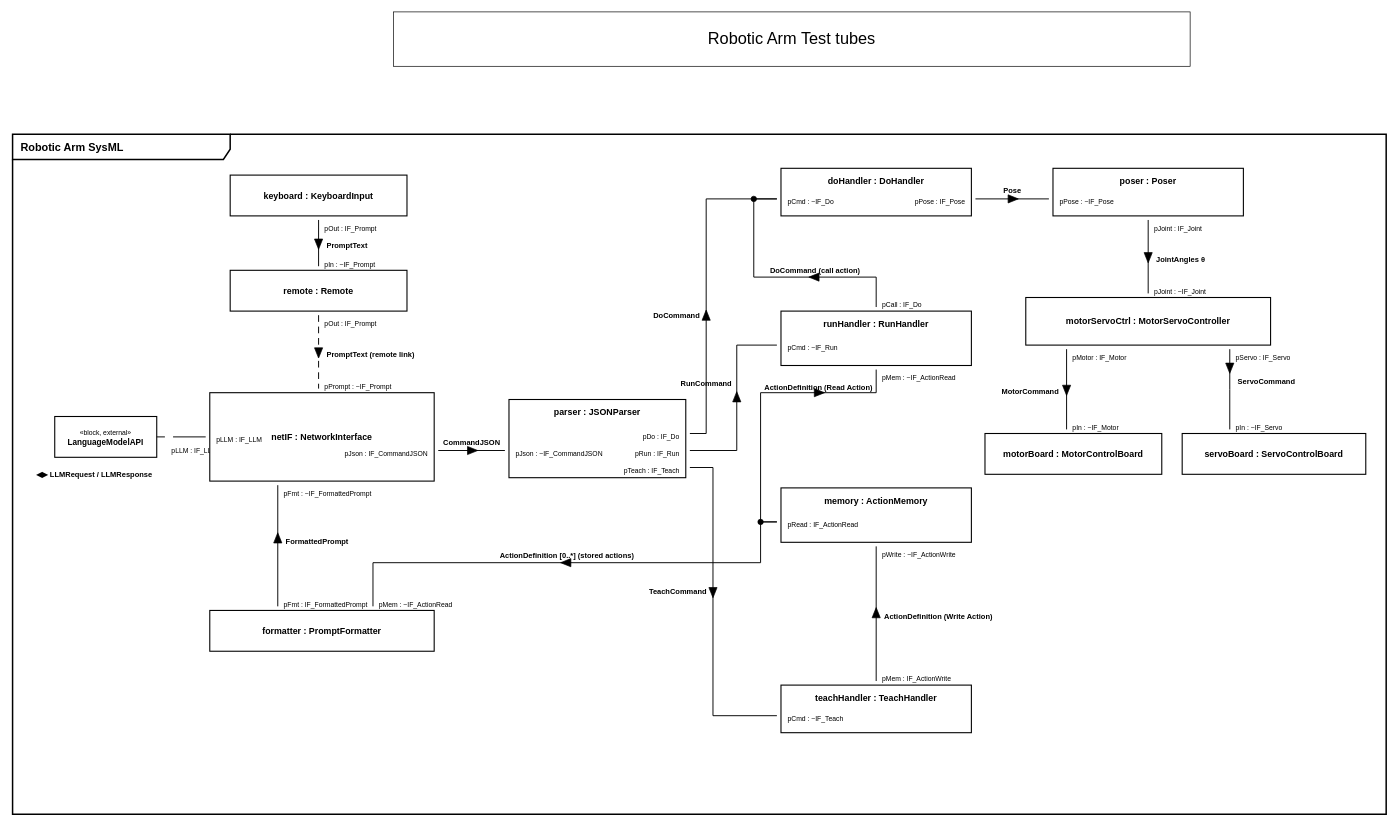
Above: page "ibd RobotArmSystem" (1 of 3) of documentation/diagrams/SysML High level structure.drawio in CharlieJP05/GDIP (draw.io), before the change. Source tidied: cells renumbered, new cells numbered last; positions are measured from the earlier drawing's top-left corner, leaving out a move shared by most shapes. Both pictures are drawn from the tidied source at 68%, with x=0, y=0 at pixel (12, 12).
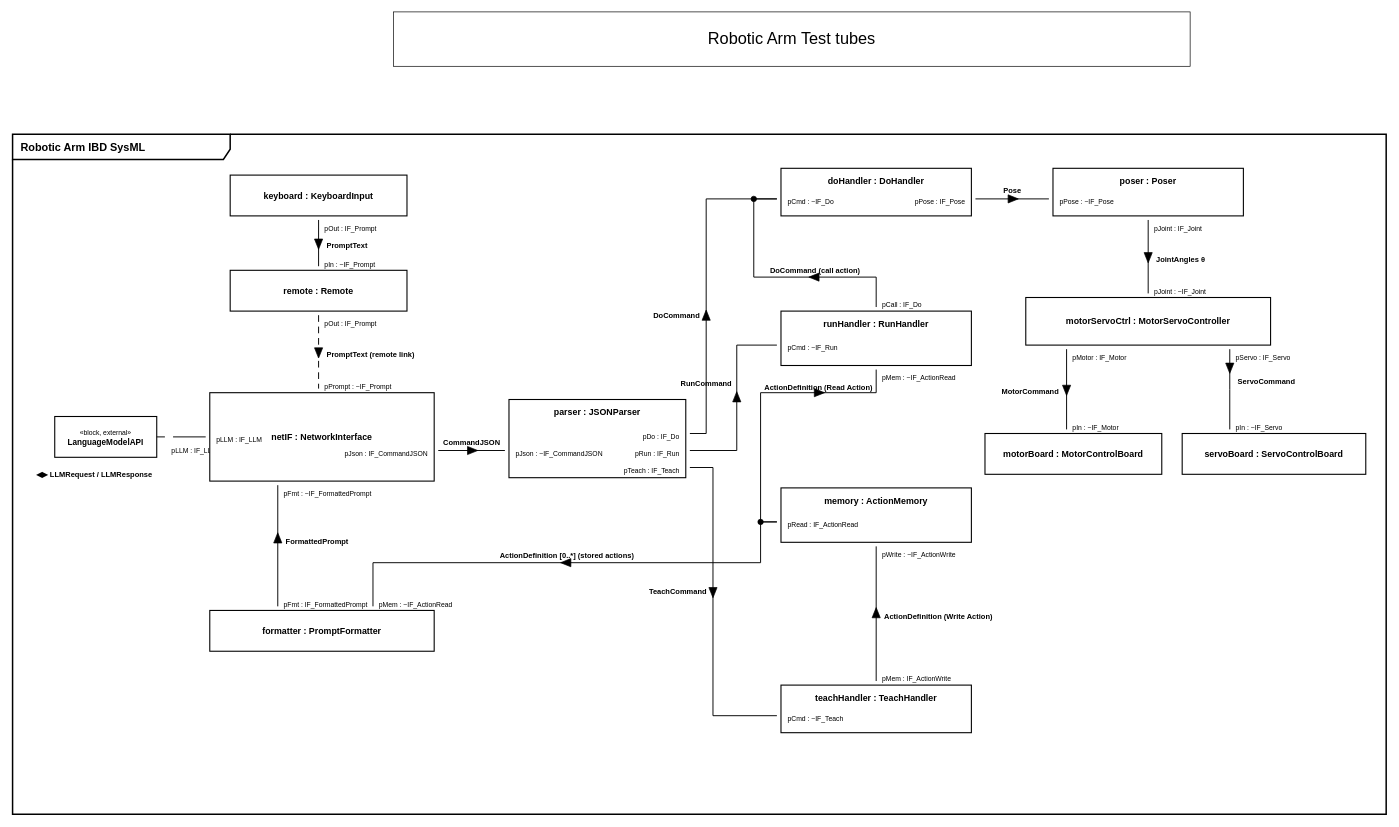
After the change.

Diff of the diagram source:
```diff
@@
-    <mxCell id="2" value="Robotic Arm SysML" style="shape=umlFrame;whiteSpace=wrap;html=1;width=320;height=37;boundedLbl=1;verticalAlign=middle;align=left;spacingLeft=10;fontStyle=1;fontSize=16;fillColor=none;strokeColor=#000000;strokeWidth=2.2;fontFamily=Helvetica;fontColor=#000000;" parent="1" vertex="1">
+    <mxCell id="2" value="Robotic Arm IBD SysML" style="shape=umlFrame;whiteSpace=wrap;html=1;width=320;height=37;boundedLbl=1;verticalAlign=middle;align=left;spacingLeft=10;fontStyle=1;fontSize=16;fillColor=none;strokeColor=#000000;strokeWidth=2.2;fontFamily=Helvetica;fontColor=#000000;" parent="1" vertex="1">
       <mxGeometry y="180" width="2020" height="1000" as="geometry" />
     </mxCell>
```
